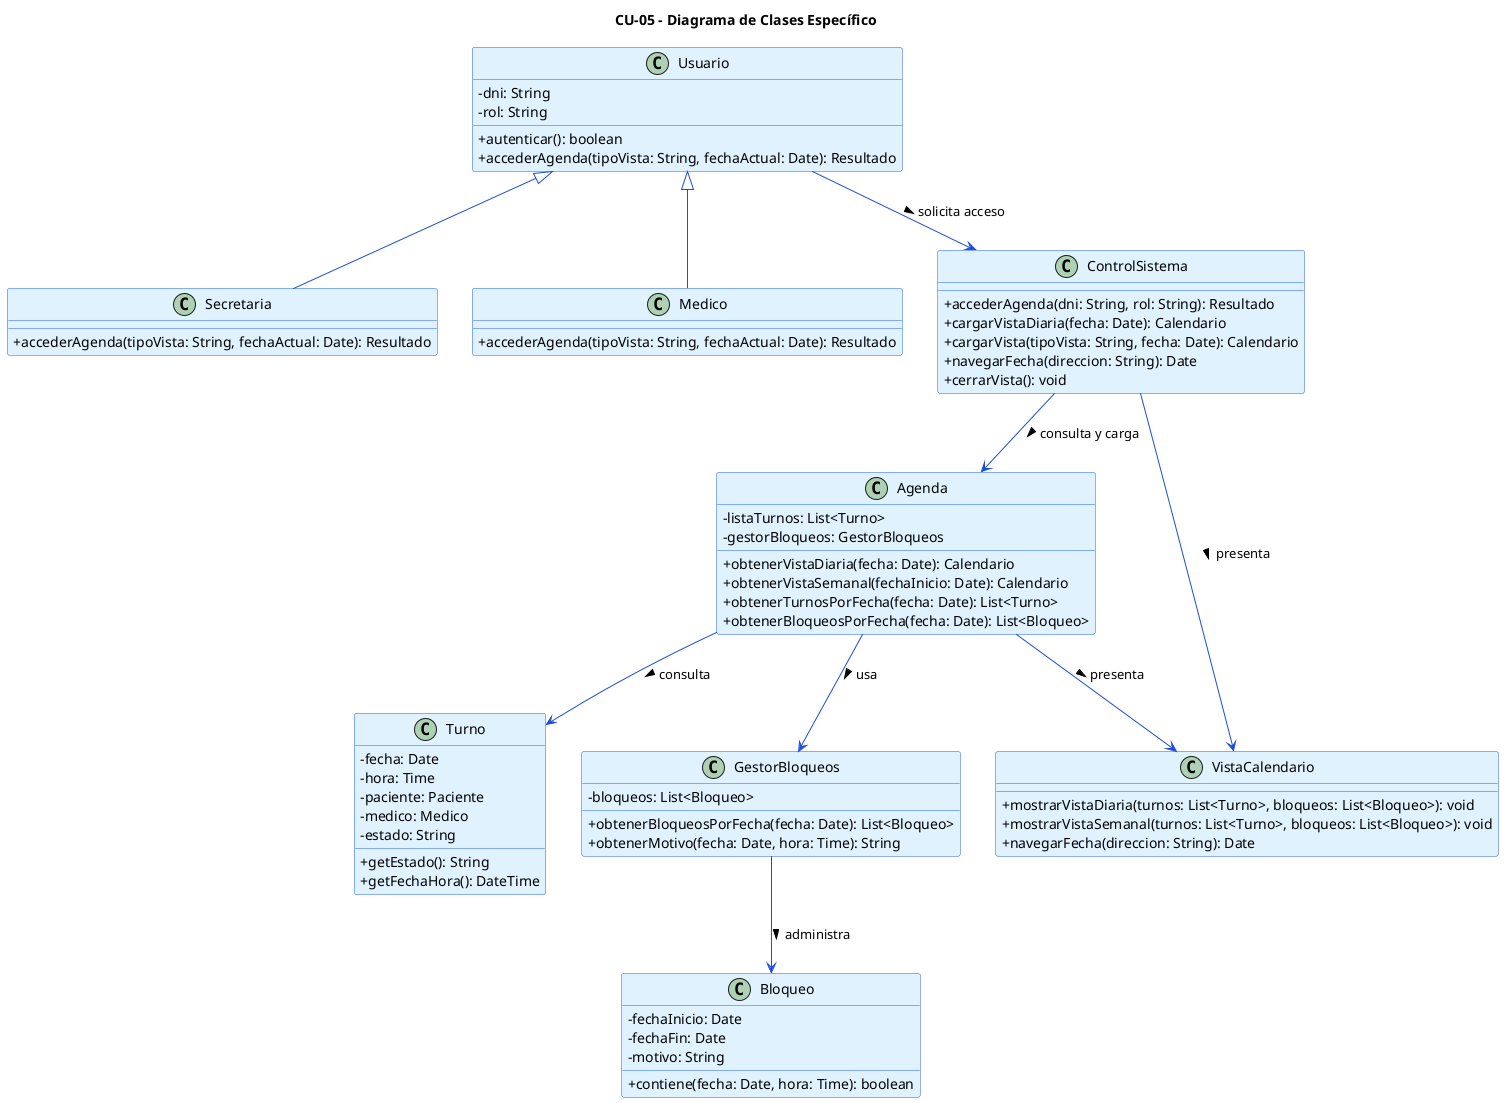
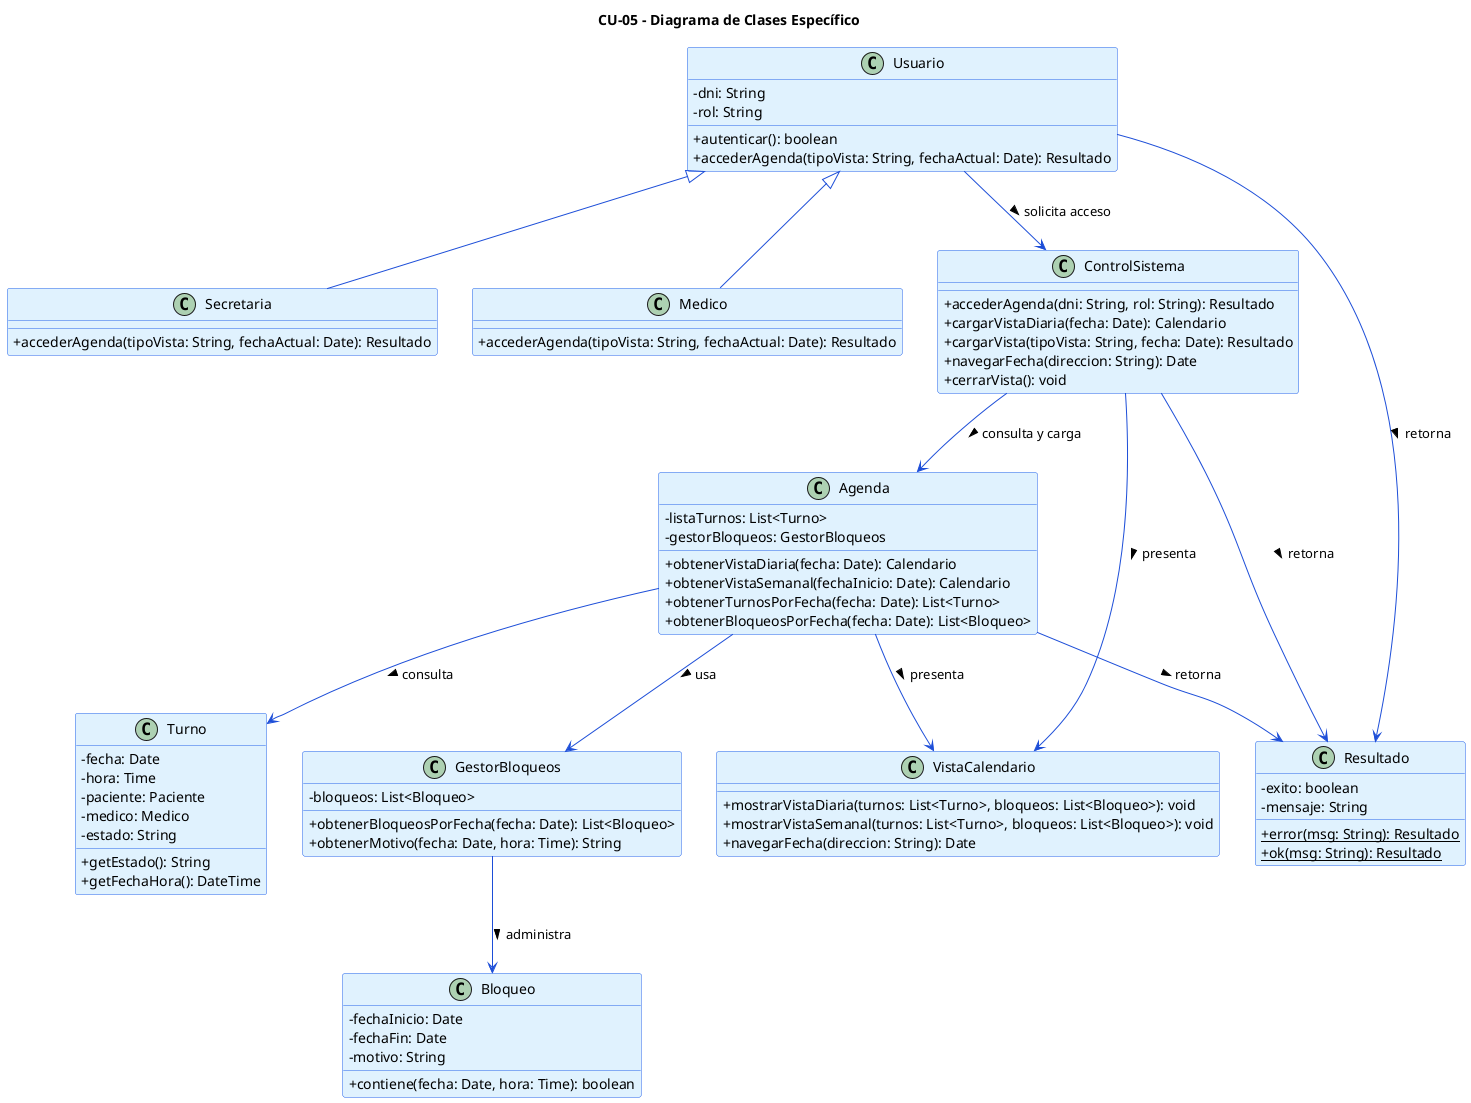
@startuml CU05-Clases-Visualizar-Agenda
skinparam classAttributeIconSize 0
skinparam class {
    BackgroundColor #E0F2FE
    BorderColor #2563EB
    ArrowColor #1D4ED8
}

title CU-05 - Diagrama de Clases Específico

class Usuario {
    - dni: String
    - rol: String
    + autenticar(): boolean
    + accederAgenda(tipoVista: String, fechaActual: Date): Resultado
}

class Secretaria {
    + accederAgenda(tipoVista: String, fechaActual: Date): Resultado
}

class Medico {
    + accederAgenda(tipoVista: String, fechaActual: Date): Resultado
}

class Agenda {
    - listaTurnos: List<Turno>
    - gestorBloqueos: GestorBloqueos
    + obtenerVistaDiaria(fecha: Date): Calendario
    + obtenerVistaSemanal(fechaInicio: Date): Calendario
    + obtenerTurnosPorFecha(fecha: Date): List<Turno>
    + obtenerBloqueosPorFecha(fecha: Date): List<Bloqueo>
}

class VistaCalendario {
    + mostrarVistaDiaria(turnos: List<Turno>, bloqueos: List<Bloqueo>): void
    + mostrarVistaSemanal(turnos: List<Turno>, bloqueos: List<Bloqueo>): void
    + navegarFecha(direccion: String): Date
}

class Turno {
    - fecha: Date
    - hora: Time
    - paciente: Paciente
    - medico: Medico
    - estado: String
    + getEstado(): String
    + getFechaHora(): DateTime
}

class GestorBloqueos {
    - bloqueos: List<Bloqueo>
    + obtenerBloqueosPorFecha(fecha: Date): List<Bloqueo>
    + obtenerMotivo(fecha: Date, hora: Time): String
}

class Bloqueo {
    - fechaInicio: Date
    - fechaFin: Date
    - motivo: String
    + contiene(fecha: Date, hora: Time): boolean
}

class ControlSistema {
    + accederAgenda(dni: String, rol: String): Resultado
    + cargarVistaDiaria(fecha: Date): Calendario
-     + cargarVista(tipoVista: String, fecha: Date): Calendario
+     + cargarVista(tipoVista: String, fecha: Date): Resultado
    + navegarFecha(direccion: String): Date
    + cerrarVista(): void
}

Usuario <|-- Secretaria
Usuario <|-- Medico
Usuario --> ControlSistema : solicita acceso >
ControlSistema --> Agenda : consulta y carga >
ControlSistema --> VistaCalendario : presenta >
Agenda --> Turno : consulta >
Agenda --> GestorBloqueos : usa >
Agenda --> VistaCalendario : presenta >
GestorBloqueos --> Bloqueo : administra >
+ 
+ class Resultado {
+     - exito: boolean
+     - mensaje: String
+     + {static} error(msg: String): Resultado
+     + {static} ok(msg: String): Resultado
+ }
+ 
+ Usuario --> Resultado : retorna >
+ ControlSistema --> Resultado : retorna >
+ Agenda --> Resultado : retorna >
@enduml